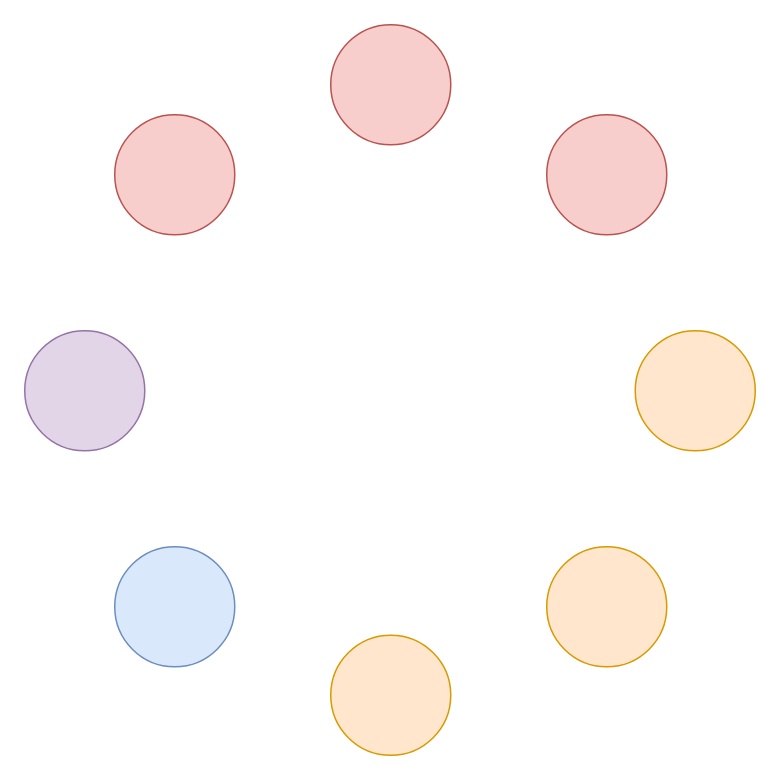
This is test.drawio from wangbin2188/draw, a draw.io file, before an edit. Source tidied: cells renumbered, new cells numbered last; positions are measured from the earlier drawing's top-left corner, leaving out a move shared by most shapes. Both pictures are drawn from the tidied source at 150%, with x=0, y=0 at pixel (24, 24).
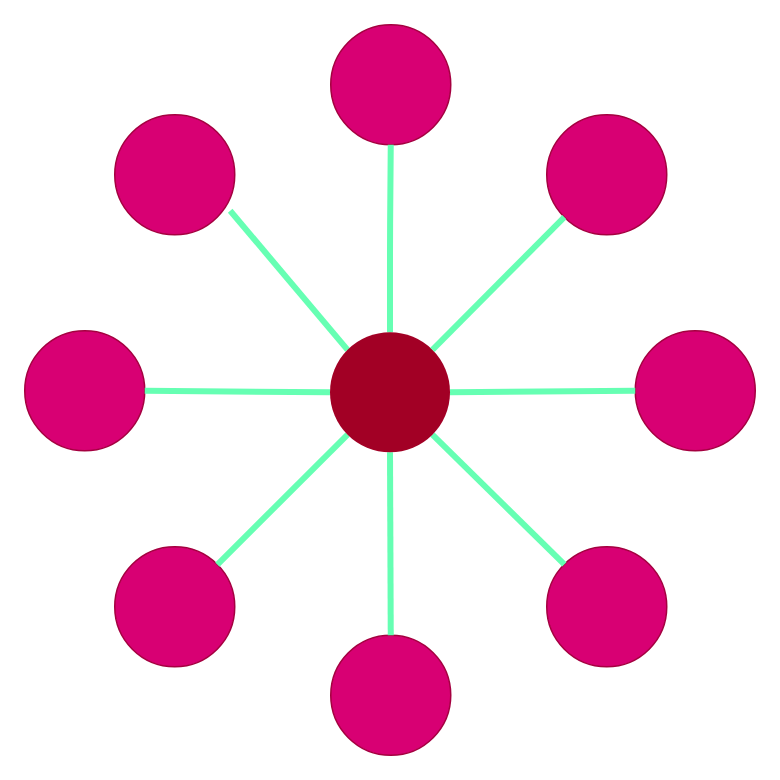
After the change.

What changed in the source:
```diff
@@
 <mxGraphModel>
   <root>
     <mxCell id="0" />
     <mxCell id="1" parent="0" />
-    <mxCell id="2" style="ellipse;whiteSpace=wrap;html=1;fillColor=#ffe6cc;strokeColor=#d79b00;rotation=90;" parent="1" vertex="1">
+    <mxCell id="2" style="ellipse;whiteSpace=wrap;html=1;fillColor=#d80073;strokeColor=#A50040;rotation=90;fontColor=#ffffff;" parent="1" vertex="1">
       <mxGeometry x="204" y="407" width="80" height="80" as="geometry" />
     </mxCell>
-    <mxCell id="3" style="ellipse;whiteSpace=wrap;html=1;fillColor=#ffe6cc;strokeColor=#d79b00;rotation=90;" parent="1" vertex="1">
+    <mxCell id="3" style="ellipse;whiteSpace=wrap;html=1;fillColor=#d80073;strokeColor=#A50040;rotation=90;fontColor=#ffffff;" parent="1" vertex="1">
       <mxGeometry x="348" y="348" width="80" height="80" as="geometry" />
     </mxCell>
-    <mxCell id="4" style="ellipse;whiteSpace=wrap;html=1;fillColor=#ffe6cc;strokeColor=#d79b00;rotation=90;" parent="1" vertex="1">
+    <mxCell id="4" style="ellipse;whiteSpace=wrap;html=1;fillColor=#d80073;strokeColor=#A50040;rotation=90;fontColor=#ffffff;" parent="1" vertex="1">
       <mxGeometry x="407" y="204" width="80" height="80" as="geometry" />
     </mxCell>
-    <mxCell id="5" style="ellipse;whiteSpace=wrap;html=1;fillColor=#f8cecc;strokeColor=#b85450;rotation=90;" parent="1" vertex="1">
+    <mxCell id="5" style="ellipse;whiteSpace=wrap;html=1;fillColor=#d80073;strokeColor=#A50040;rotation=90;fontColor=#ffffff;" parent="1" vertex="1">
       <mxGeometry x="348" y="60" width="80" height="80" as="geometry" />
     </mxCell>
-    <mxCell id="6" style="ellipse;whiteSpace=wrap;html=1;fillColor=#f8cecc;strokeColor=#b85450;rotation=90;" parent="1" vertex="1">
+    <mxCell id="6" style="ellipse;whiteSpace=wrap;html=1;fillColor=#d80073;strokeColor=#A50040;rotation=90;fontColor=#ffffff;" parent="1" vertex="1">
       <mxGeometry x="204" width="80" height="80" as="geometry" />
     </mxCell>
-    <mxCell id="7" style="ellipse;whiteSpace=wrap;html=1;fillColor=#f8cecc;strokeColor=#b85450;rotation=90;" parent="1" vertex="1">
+    <mxCell id="7" style="ellipse;whiteSpace=wrap;html=1;fillColor=#d80073;strokeColor=#A50040;rotation=90;fontColor=#ffffff;" parent="1" vertex="1">
       <mxGeometry x="60" y="60" width="80" height="80" as="geometry" />
     </mxCell>
-    <mxCell id="8" style="ellipse;whiteSpace=wrap;html=1;fillColor=#e1d5e7;strokeColor=#9673a6;rotation=90;" parent="1" vertex="1">
+    <mxCell id="8" style="ellipse;whiteSpace=wrap;html=1;fillColor=#d80073;strokeColor=#A50040;rotation=90;fontColor=#ffffff;" parent="1" vertex="1">
       <mxGeometry y="204" width="80" height="80" as="geometry" />
     </mxCell>
-    <mxCell id="9" style="ellipse;whiteSpace=wrap;html=1;fillColor=#dae8fc;strokeColor=#6c8ebf;" parent="1" vertex="1">
+    <mxCell id="9" style="ellipse;whiteSpace=wrap;html=1;fillColor=#d80073;strokeColor=#A50040;fontColor=#ffffff;" parent="1" vertex="1">
       <mxGeometry x="60" y="348" width="80" height="80" as="geometry" />
     </mxCell>
+    <mxCell id="10" style="edgeStyle=orthogonalEdgeStyle;rounded=1;jettySize=auto;html=1;entryX=1;entryY=0.5;entryDx=0;entryDy=0;strokeWidth=4;endArrow=none;endFill=0;strokeColor=#66FFB3;" parent="1" edge="1" source="17" target="6">
+      <mxGeometry relative="1" as="geometry" />
+    </mxCell>
+    <mxCell id="11" style="edgeStyle=none;rounded=1;jettySize=auto;html=1;exitX=1;exitY=0.5;exitDx=0;exitDy=0;entryX=0.5;entryY=1;entryDx=0;entryDy=0;endArrow=none;endFill=0;strokeColor=#66FFB3;strokeWidth=4;" parent="1" edge="1" source="17" target="4">
+      <mxGeometry relative="1" as="geometry" />
+    </mxCell>
+    <mxCell id="12" style="edgeStyle=none;rounded=1;jettySize=auto;html=1;exitX=1;exitY=1;exitDx=0;exitDy=0;entryX=0;entryY=1;entryDx=0;entryDy=0;endArrow=none;endFill=0;strokeColor=#66FFB3;strokeWidth=4;" parent="1" edge="1" source="17" target="3">
+      <mxGeometry relative="1" as="geometry" />
+    </mxCell>
+    <mxCell id="13" style="edgeStyle=none;rounded=1;jettySize=auto;html=1;exitX=0.5;exitY=1;exitDx=0;exitDy=0;entryX=0;entryY=0.5;entryDx=0;entryDy=0;endArrow=none;endFill=0;strokeColor=#66FFB3;strokeWidth=4;" parent="1" edge="1" source="17" target="2">
+      <mxGeometry relative="1" as="geometry" />
+    </mxCell>
+    <mxCell id="14" style="edgeStyle=none;rounded=1;jettySize=auto;html=1;exitX=0;exitY=1;exitDx=0;exitDy=0;endArrow=none;endFill=0;strokeColor=#66FFB3;strokeWidth=4;" parent="1" edge="1" source="17" target="9">
+      <mxGeometry relative="1" as="geometry" />
+    </mxCell>
+    <mxCell id="15" style="edgeStyle=none;rounded=1;jettySize=auto;html=1;exitX=0;exitY=0.5;exitDx=0;exitDy=0;entryX=0.5;entryY=0;entryDx=0;entryDy=0;endArrow=none;endFill=0;strokeColor=#66FFB3;strokeWidth=4;" parent="1" edge="1" source="17" target="8">
+      <mxGeometry relative="1" as="geometry" />
+    </mxCell>
+    <mxCell id="16" style="edgeStyle=none;rounded=1;jettySize=auto;html=1;exitX=0;exitY=0;exitDx=0;exitDy=0;entryX=0.8;entryY=0.038;entryDx=0;entryDy=0;entryPerimeter=0;endArrow=none;endFill=0;strokeColor=#66FFB3;strokeWidth=4;" parent="1" edge="1" source="17" target="7">
+      <mxGeometry relative="1" as="geometry" />
+    </mxCell>
+    <mxCell id="17" style="ellipse;whiteSpace=wrap;html=1;fillColor=#a20025;strokeColor=none;fontColor=#ffffff;" parent="1" vertex="1">
+      <mxGeometry x="203.5" y="205" width="80" height="80" as="geometry" />
+    </mxCell>
+    <mxCell id="18" style="rounded=1;jettySize=auto;html=1;entryX=1;entryY=1;entryDx=0;entryDy=0;strokeWidth=4;endArrow=none;endFill=0;strokeColor=#66FFB3;" parent="1" edge="1" source="17" target="5">
+      <mxGeometry relative="1" as="geometry" />
+    </mxCell>
   </root>
 </mxGraphModel>
```
